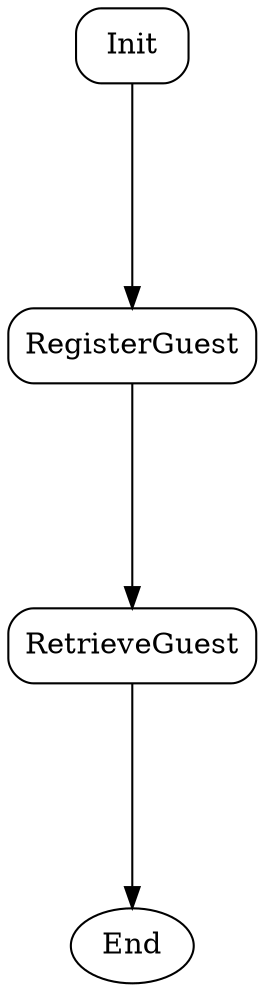
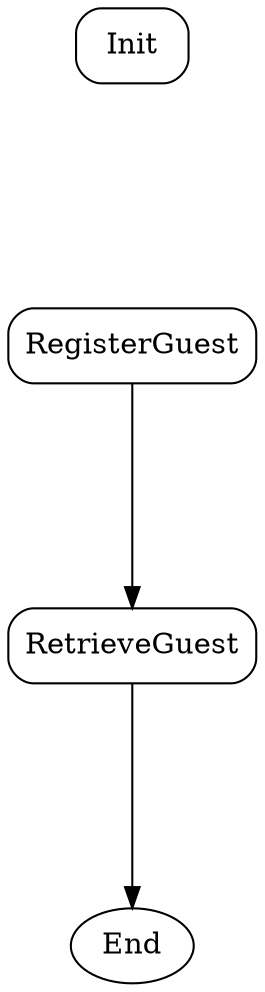
digraph guest_register {
    rankdir=TB;
    nodesep=0.5;
    ranksep=1.5;

    node [shape=box, style=rounded]
    End [shape=oval]

    RegisterGuest
    RetrieveGuest

-     Init -> RegisterGuest [weight=1.0]
    RegisterGuest -> RetrieveGuest [weight=1.0]
    RetrieveGuest -> End [weight=1.0]

    { rank=source; Init }
    { rank=sink; End }
}
